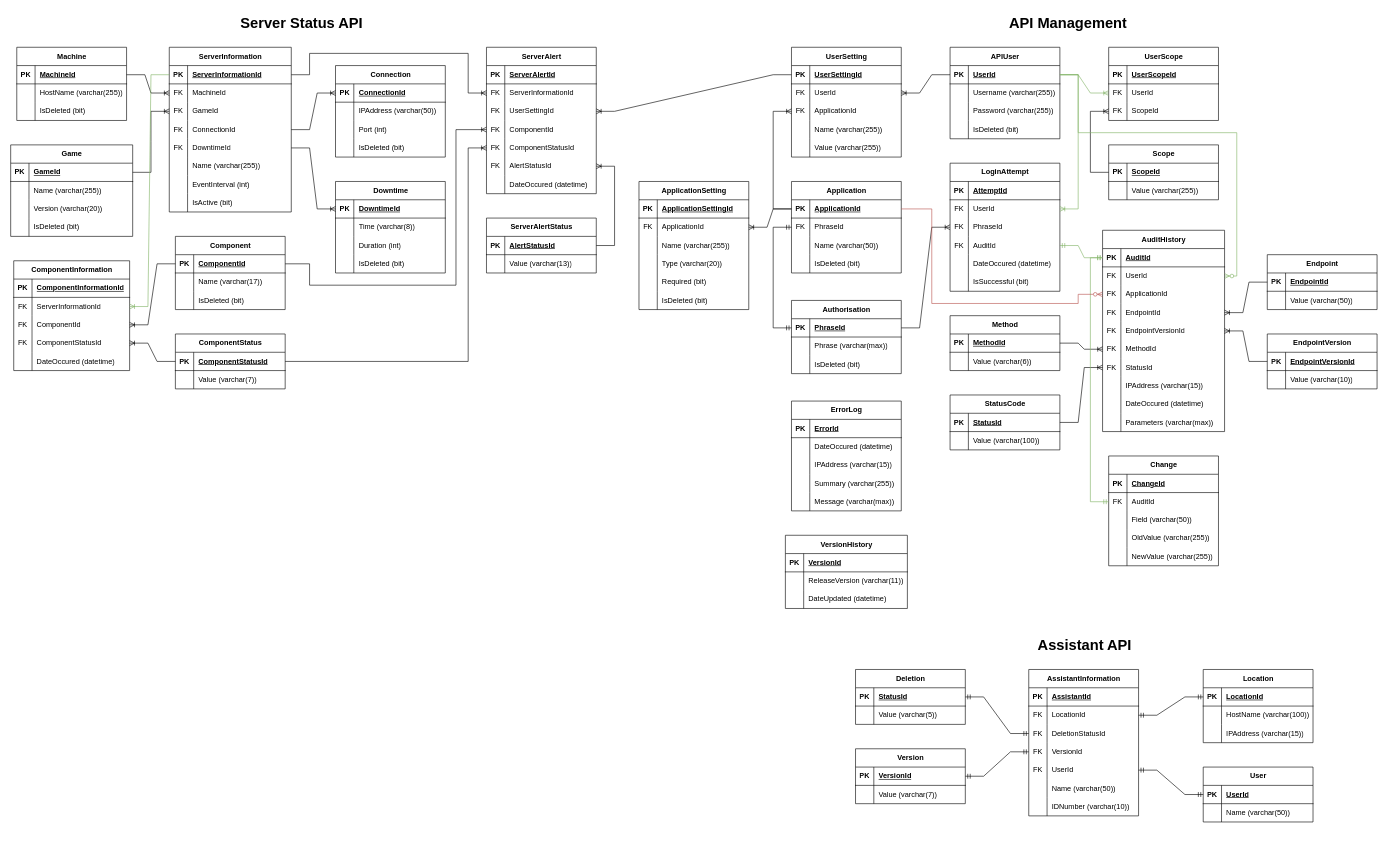
Before: Database ERD.drawio in LegendarySpork9/Hunter-Industries-API, a draw.io diagram. Source tidied: cells renumbered, new cells numbered last; positions are measured from the earlier drawing's top-left corner, leaving out a move shared by most shapes. Both pictures are drawn from the tidied source at 61%, with x=0, y=0 at pixel (10, 10).
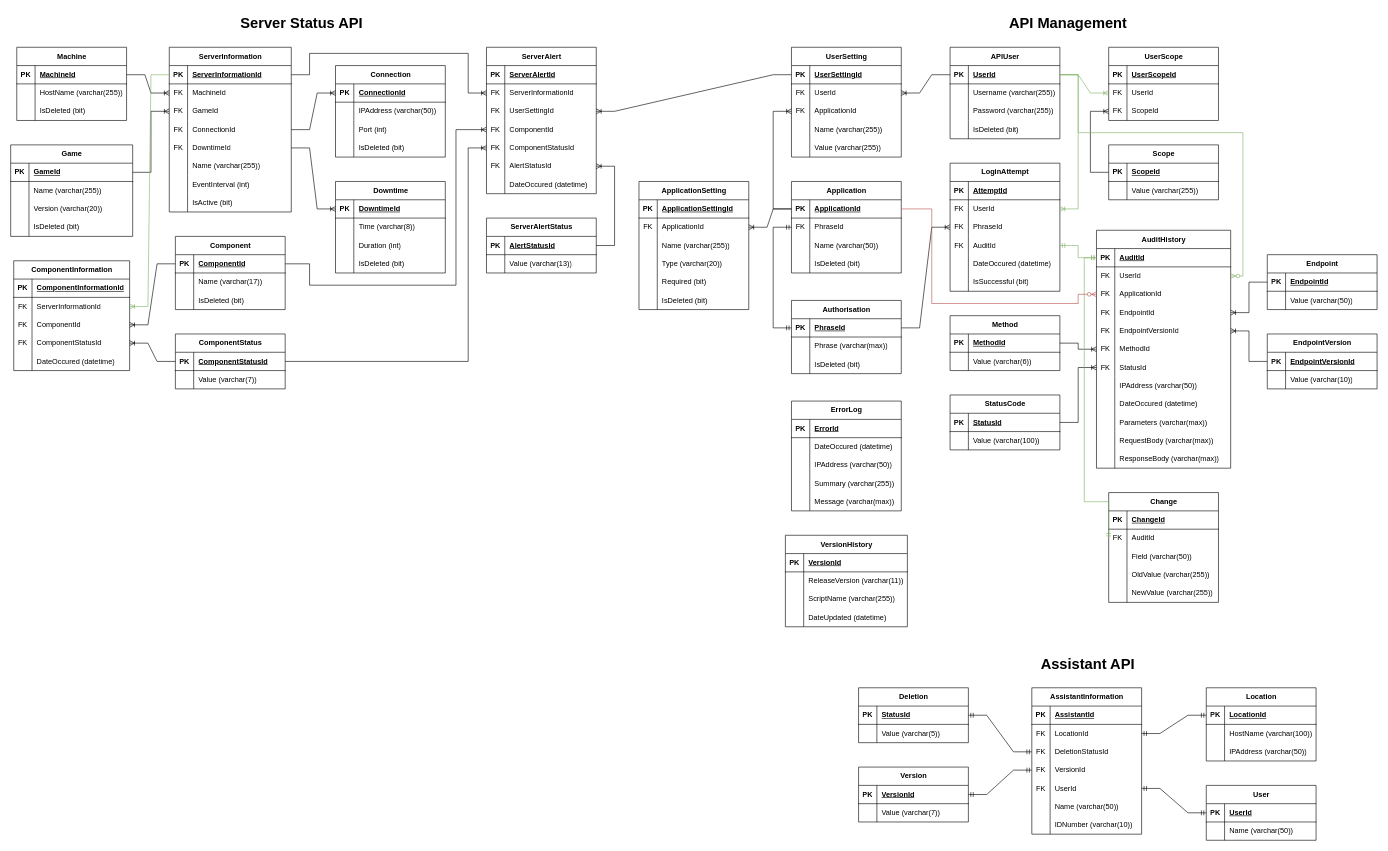
Above is the later version.

Unchanged cells that the change refers to:
```xml
<mxCell id="41" style="shape=tableRow;horizontal=0;startSize=0;swimlaneHead=0;swimlaneBody=0;fillColor=none;top=0;left=0;right=0;bottom=0;" parent="34" vertex="1">
  <mxGeometry y="90" width="180" height="30" as="geometry" />
</mxCell>
<mxCell id="115" style="shape=tableRow;horizontal=0;startSize=0;swimlaneHead=0;swimlaneBody=0;fillColor=none;points=[[0,0.5],[1,0.5]];portConstraint=eastwest;top=0;left=0;right=0;bottom=1;" parent="114" vertex="1">
  <mxGeometry y="30" width="180" height="30" as="geometry" />
</mxCell>
<mxCell id="131" style="shape=tableRow;horizontal=0;startSize=0;swimlaneHead=0;swimlaneBody=0;fillColor=none;points=[[0,0.5],[1,0.5]];portConstraint=eastwest;top=0;left=0;right=0;bottom=0;" parent="127" vertex="1">
  <mxGeometry y="60" width="180" height="30" as="geometry" />
</mxCell>
<mxCell id="170" style="shape=tableRow;horizontal=0;startSize=0;swimlaneHead=0;swimlaneBody=0;fillColor=none;top=0;left=0;right=0;bottom=0;" parent="163" vertex="1">
  <mxGeometry y="90" width="180" height="30" as="geometry" />
</mxCell>
```

Diff of the diagram source:
```diff
@@
     <mxCell id="12" value="AssistantInformation" style="shape=table;startSize=30;childLayout=tableLayout;rowLines=0;fontStyle=1;align=center;html=1;" parent="1" vertex="1">
-      <mxGeometry x="1669" y="1080" width="180" height="240" as="geometry" />
+      <mxGeometry x="1674" y="1110" width="180" height="240" as="geometry" />
     </mxCell>
@@
     <mxCell id="34" value="Location" style="shape=table;startSize=30;childLayout=tableLayout;rowLines=0;fontStyle=1;align=center;html=1;" parent="1" vertex="1">
-      <mxGeometry x="1955" y="1080" width="180" height="120" as="geometry" />
+      <mxGeometry x="1960" y="1110" width="180" height="120" as="geometry" />
     </mxCell>
@@
-    <mxCell id="43" value="IPAddress (varchar(15))" style="shape=partialRectangle;fillColor=none;top=0;left=0;bottom=0;right=0;align=left;spacingLeft=6;overflow=hidden;whiteSpace=wrap;html=1;" parent="41" vertex="1">
+    <mxCell id="43" value="IPAddress (varchar(50))" style="shape=partialRectangle;fillColor=none;top=0;left=0;bottom=0;right=0;align=left;spacingLeft=6;overflow=hidden;whiteSpace=wrap;html=1;" parent="41" vertex="1">
       <mxGeometry x="30" width="150" height="30" as="geometry" />
     </mxCell>
     <mxCell id="44" value="User" style="shape=table;startSize=30;childLayout=tableLayout;rowLines=0;fontStyle=1;align=center;html=1;" parent="1" vertex="1">
-      <mxGeometry x="1955" y="1240" width="180" height="90" as="geometry" />
+      <mxGeometry x="1960" y="1270" width="180" height="90" as="geometry" />
     </mxCell>
@@
     <mxCell id="51" value="Deletion" style="shape=table;startSize=30;childLayout=tableLayout;rowLines=0;fontStyle=1;align=center;html=1;" parent="1" vertex="1">
-      <mxGeometry x="1385" y="1080" width="180" height="90" as="geometry" />
+      <mxGeometry x="1390" y="1110" width="180" height="90" as="geometry" />
     </mxCell>
@@
     <mxCell id="61" value="Version" style="shape=table;startSize=30;childLayout=tableLayout;rowLines=0;fontStyle=1;align=center;html=1;" parent="1" vertex="1">
-      <mxGeometry x="1385" y="1210" width="180" height="90" as="geometry" />
+      <mxGeometry x="1390" y="1240" width="180" height="90" as="geometry" />
     </mxCell>
@@
     <mxCell id="69" value="AuditHistory" style="shape=table;startSize=30;childLayout=tableLayout;rowLines=0;fontStyle=1;align=center;html=1;" parent="1" vertex="1">
-      <mxGeometry x="1790" y="360" width="200" height="330" as="geometry" />
+      <mxGeometry x="1780" y="360" width="220" height="390" as="geometry" />
     </mxCell>
     <mxCell id="70" style="shape=tableRow;horizontal=0;startSize=0;swimlaneHead=0;swimlaneBody=0;fillColor=none;points=[[0,0.5],[1,0.5]];portConstraint=eastwest;top=0;left=0;right=0;bottom=1;" parent="69" vertex="1">
-      <mxGeometry y="30" width="200" height="30" as="geometry" />
+      <mxGeometry y="30" width="220" height="30" as="geometry" />
     </mxCell>
@@
     <mxCell id="72" value="AuditId" style="shape=partialRectangle;fillColor=none;top=0;left=0;bottom=0;right=0;align=left;spacingLeft=6;fontStyle=5;overflow=hidden;whiteSpace=wrap;html=1;" parent="70" vertex="1">
-      <mxGeometry x="30" width="170" height="30" as="geometry" />
+      <mxGeometry x="30" width="190" height="30" as="geometry" />
     </mxCell>
     <mxCell id="73" style="shape=tableRow;horizontal=0;startSize=0;swimlaneHead=0;swimlaneBody=0;fillColor=none;points=[[0,0.5],[1,0.5]];portConstraint=eastwest;top=0;left=0;right=0;bottom=0;" parent="69" vertex="1">
-      <mxGeometry y="60" width="200" height="30" as="geometry" />
+      <mxGeometry y="60" width="220" height="30" as="geometry" />
     </mxCell>
@@
     <mxCell id="75" value="UserId" style="shape=partialRectangle;fillColor=none;top=0;left=0;bottom=0;right=0;align=left;spacingLeft=6;overflow=hidden;whiteSpace=wrap;html=1;" parent="73" vertex="1">
-      <mxGeometry x="30" width="170" height="30" as="geometry" />
+      <mxGeometry x="30" width="190" height="30" as="geometry" />
     </mxCell>
     <mxCell id="76" style="shape=tableRow;horizontal=0;startSize=0;swimlaneHead=0;swimlaneBody=0;fillColor=none;points=[[0,0.5],[1,0.5]];portConstraint=eastwest;top=0;left=0;right=0;bottom=0;" parent="69" vertex="1">
-      <mxGeometry y="90" width="200" height="30" as="geometry" />
+      <mxGeometry y="90" width="220" height="30" as="geometry" />
     </mxCell>
@@
     <mxCell id="78" value="ApplicationId" style="shape=partialRectangle;fillColor=none;top=0;left=0;bottom=0;right=0;align=left;spacingLeft=6;overflow=hidden;whiteSpace=wrap;html=1;" parent="76" vertex="1">
-      <mxGeometry x="30" width="170" height="30" as="geometry" />
+      <mxGeometry x="30" width="190" height="30" as="geometry" />
     </mxCell>
     <mxCell id="79" style="shape=tableRow;horizontal=0;startSize=0;swimlaneHead=0;swimlaneBody=0;fillColor=none;points=[[0,0.5],[1,0.5]];portConstraint=eastwest;top=0;left=0;right=0;bottom=0;" parent="69" vertex="1">
-      <mxGeometry y="120" width="200" height="30" as="geometry" />
+      <mxGeometry y="120" width="220" height="30" as="geometry" />
     </mxCell>
@@
     <mxCell id="81" value="EndpointId" style="shape=partialRectangle;fillColor=none;top=0;left=0;bottom=0;right=0;align=left;spacingLeft=6;overflow=hidden;whiteSpace=wrap;html=1;" parent="79" vertex="1">
-      <mxGeometry x="30" width="170" height="30" as="geometry" />
+      <mxGeometry x="30" width="190" height="30" as="geometry" />
     </mxCell>
     <mxCell id="82" style="shape=tableRow;horizontal=0;startSize=0;swimlaneHead=0;swimlaneBody=0;fillColor=none;points=[[0,0.5],[1,0.5]];portConstraint=eastwest;top=0;left=0;right=0;bottom=0;" parent="69" vertex="1">
-      <mxGeometry y="150" width="200" height="30" as="geometry" />
+      <mxGeometry y="150" width="220" height="30" as="geometry" />
     </mxCell>
@@
     <mxCell id="84" value="EndpointVersionId" style="shape=partialRectangle;fillColor=none;top=0;left=0;bottom=0;right=0;align=left;spacingLeft=6;overflow=hidden;whiteSpace=wrap;html=1;" parent="82" vertex="1">
-      <mxGeometry x="30" width="170" height="30" as="geometry" />
+      <mxGeometry x="30" width="190" height="30" as="geometry" />
     </mxCell>
     <mxCell id="85" style="shape=tableRow;horizontal=0;startSize=0;swimlaneHead=0;swimlaneBody=0;fillColor=none;points=[[0,0.5],[1,0.5]];portConstraint=eastwest;top=0;left=0;right=0;bottom=0;" parent="69" vertex="1">
-      <mxGeometry y="180" width="200" height="30" as="geometry" />
+      <mxGeometry y="180" width="220" height="30" as="geometry" />
     </mxCell>
@@
     <mxCell id="87" value="MethodId" style="shape=partialRectangle;fillColor=none;top=0;left=0;bottom=0;right=0;align=left;spacingLeft=6;overflow=hidden;whiteSpace=wrap;html=1;" parent="85" vertex="1">
-      <mxGeometry x="30" width="170" height="30" as="geometry" />
+      <mxGeometry x="30" width="190" height="30" as="geometry" />
     </mxCell>
     <mxCell id="88" style="shape=tableRow;horizontal=0;startSize=0;swimlaneHead=0;swimlaneBody=0;fillColor=none;points=[[0,0.5],[1,0.5]];portConstraint=eastwest;top=0;left=0;right=0;bottom=0;" parent="69" vertex="1">
-      <mxGeometry y="210" width="200" height="30" as="geometry" />
+      <mxGeometry y="210" width="220" height="30" as="geometry" />
     </mxCell>
@@
     <mxCell id="90" value="StatusId" style="shape=partialRectangle;fillColor=none;top=0;left=0;bottom=0;right=0;align=left;spacingLeft=6;overflow=hidden;whiteSpace=wrap;html=1;" parent="88" vertex="1">
-      <mxGeometry x="30" width="170" height="30" as="geometry" />
+      <mxGeometry x="30" width="190" height="30" as="geometry" />
     </mxCell>
     <mxCell id="91" style="shape=tableRow;horizontal=0;startSize=0;swimlaneHead=0;swimlaneBody=0;fillColor=none;top=0;left=0;right=0;bottom=0;" parent="69" vertex="1">
-      <mxGeometry y="240" width="200" height="30" as="geometry" />
+      <mxGeometry y="240" width="220" height="30" as="geometry" />
     </mxCell>
@@
-    <mxCell id="93" value="IPAddress (varchar(15))" style="shape=partialRectangle;fillColor=none;top=0;left=0;bottom=0;right=0;align=left;spacingLeft=6;overflow=hidden;whiteSpace=wrap;html=1;" parent="91" vertex="1">
-      <mxGeometry x="30" width="170" height="30" as="geometry" />
+    <mxCell id="93" value="IPAddress (varchar(50))" style="shape=partialRectangle;fillColor=none;top=0;left=0;bottom=0;right=0;align=left;spacingLeft=6;overflow=hidden;whiteSpace=wrap;html=1;" parent="91" vertex="1">
+      <mxGeometry x="30" width="190" height="30" as="geometry" />
     </mxCell>
     <mxCell id="94" style="shape=tableRow;horizontal=0;startSize=0;swimlaneHead=0;swimlaneBody=0;fillColor=none;top=0;left=0;right=0;bottom=0;" parent="69" vertex="1">
-      <mxGeometry y="270" width="200" height="30" as="geometry" />
+      <mxGeometry y="270" width="220" height="30" as="geometry" />
     </mxCell>
@@
     <mxCell id="96" value="DateOccured (datetime)" style="shape=partialRectangle;fillColor=none;top=0;left=0;bottom=0;right=0;align=left;spacingLeft=6;overflow=hidden;whiteSpace=wrap;html=1;" parent="94" vertex="1">
-      <mxGeometry x="30" width="170" height="30" as="geometry" />
+      <mxGeometry x="30" width="190" height="30" as="geometry" />
     </mxCell>
     <mxCell id="97" style="shape=tableRow;horizontal=0;startSize=0;swimlaneHead=0;swimlaneBody=0;fillColor=none;top=0;left=0;right=0;bottom=0;" parent="69" vertex="1">
-      <mxGeometry y="300" width="200" height="30" as="geometry" />
+      <mxGeometry y="300" width="220" height="30" as="geometry" />
     </mxCell>
@@
     <mxCell id="99" value="Parameters (varchar(max))" style="shape=partialRectangle;fillColor=none;top=0;left=0;bottom=0;right=0;align=left;spacingLeft=6;overflow=hidden;whiteSpace=wrap;html=1;" parent="97" vertex="1">
-      <mxGeometry x="30" width="170" height="30" as="geometry" />
+      <mxGeometry x="30" width="190" height="30" as="geometry" />
     </mxCell>
+    <mxCell id="434" style="shape=tableRow;horizontal=0;startSize=0;swimlaneHead=0;swimlaneBody=0;fillColor=none;top=0;left=0;right=0;bottom=0;" parent="69" vertex="1">
+      <mxGeometry y="330" width="220" height="30" as="geometry" />
+    </mxCell>
+    <mxCell id="435" style="shape=partialRectangle;fillColor=none;top=0;left=0;bottom=0;right=0;overflow=hidden;whiteSpace=wrap;html=1;" parent="434" vertex="1">
+      <mxGeometry width="30" height="30" as="geometry" />
+    </mxCell>
+    <mxCell id="436" value="RequestBody (varchar(max))" style="shape=partialRectangle;fillColor=none;top=0;left=0;bottom=0;right=0;align=left;spacingLeft=6;overflow=hidden;whiteSpace=wrap;html=1;" parent="434" vertex="1">
+      <mxGeometry x="30" width="190" height="30" as="geometry" />
+    </mxCell>
+    <mxCell id="437" style="shape=tableRow;horizontal=0;startSize=0;swimlaneHead=0;swimlaneBody=0;fillColor=none;top=0;left=0;right=0;bottom=0;" parent="69" vertex="1">
+      <mxGeometry y="360" width="220" height="30" as="geometry" />
+    </mxCell>
+    <mxCell id="438" style="shape=partialRectangle;fillColor=none;top=0;left=0;bottom=0;right=0;overflow=hidden;whiteSpace=wrap;html=1;" parent="437" vertex="1">
+      <mxGeometry width="30" height="30" as="geometry" />
+    </mxCell>
+    <mxCell id="439" value="ResponseBody (varchar(max))" style="shape=partialRectangle;fillColor=none;top=0;left=0;bottom=0;right=0;align=left;spacingLeft=6;overflow=hidden;whiteSpace=wrap;html=1;" parent="437" vertex="1">
+      <mxGeometry x="30" width="190" height="30" as="geometry" />
+    </mxCell>
@@
     <mxCell id="127" value="Change" style="shape=table;startSize=30;childLayout=tableLayout;rowLines=0;fontStyle=1;align=center;html=1;" parent="1" vertex="1">
-      <mxGeometry x="1800" y="730" width="180" height="180" as="geometry" />
+      <mxGeometry x="1800" y="790" width="180" height="180" as="geometry" />
     </mxCell>
@@
-    <mxCell id="172" value="IPAddress (varchar(15))" style="shape=partialRectangle;fillColor=none;top=0;left=0;bottom=0;right=0;align=left;spacingLeft=6;overflow=hidden;whiteSpace=wrap;html=1;" parent="170" vertex="1">
+    <mxCell id="172" value="IPAddress (varchar(50))" style="shape=partialRectangle;fillColor=none;top=0;left=0;bottom=0;right=0;align=left;spacingLeft=6;overflow=hidden;whiteSpace=wrap;html=1;" parent="170" vertex="1">
       <mxGeometry x="30" width="150" height="30" as="geometry" />
     </mxCell>
@@
     <mxCell id="221" value="&lt;h1 style=&quot;margin-top: 0px;&quot;&gt;Assistant API&lt;/h1&gt;" style="text;html=1;whiteSpace=wrap;overflow=hidden;rounded=0;" parent="1" vertex="1">
-      <mxGeometry x="1682" y="1020" width="156" height="40" as="geometry" />
+      <mxGeometry x="1687" y="1050" width="156" height="40" as="geometry" />
     </mxCell>
@@
     <mxCell id="238" style="edgeStyle=orthogonalEdgeStyle;fontSize=12;html=1;endArrow=ERmandOne;startArrow=ERmandOne;rounded=0;entryX=0;entryY=0.5;entryDx=0;entryDy=0;exitX=0;exitY=0.5;exitDx=0;exitDy=0;fillColor=#d5e8d4;strokeColor=#82b366;" parent="1" edge="1" source="131" target="70">
       <mxGeometry relative="1" as="geometry">
         <Array as="points">
-          <mxPoint x="1770" y="805" />
-          <mxPoint x="1770" y="405" />
+          <mxPoint x="1800" y="805" />
+          <mxPoint x="1760" y="805" />
+          <mxPoint x="1760" y="405" />
         </Array>
       </mxGeometry>
     </mxCell>
@@
     <mxCell id="394" value="VersionHistory" style="shape=table;startSize=30;childLayout=tableLayout;rowLines=0;fontStyle=1;align=center;html=1;" parent="1" vertex="1">
-      <mxGeometry x="1270" y="860" width="200" height="120" as="geometry" />
+      <mxGeometry x="1270" y="860" width="200" height="150" as="geometry" />
     </mxCell>
@@
+    <mxCell id="440" style="shape=tableRow;horizontal=0;startSize=0;swimlaneHead=0;swimlaneBody=0;fillColor=none;top=0;left=0;right=0;bottom=0;" parent="394" vertex="1">
+      <mxGeometry y="90" width="200" height="30" as="geometry" />
+    </mxCell>
+    <mxCell id="441" style="shape=partialRectangle;fillColor=none;top=0;left=0;bottom=0;right=0;overflow=hidden;whiteSpace=wrap;html=1;" parent="440" vertex="1">
+      <mxGeometry width="30" height="30" as="geometry" />
+    </mxCell>
+    <mxCell id="442" value="ScriptName (varchar(255))" style="shape=partialRectangle;fillColor=none;top=0;left=0;bottom=0;right=0;align=left;spacingLeft=6;overflow=hidden;whiteSpace=wrap;html=1;" parent="440" vertex="1">
+      <mxGeometry x="30" width="170" height="30" as="geometry" />
+    </mxCell>
     <mxCell id="401" style="shape=tableRow;horizontal=0;startSize=0;swimlaneHead=0;swimlaneBody=0;fillColor=none;top=0;left=0;right=0;bottom=0;" parent="394" vertex="1">
-      <mxGeometry y="90" width="200" height="30" as="geometry" />
+      <mxGeometry y="120" width="200" height="30" as="geometry" />
     </mxCell>
@@
     <mxCell id="412" style="edgeStyle=orthogonalEdgeStyle;fontSize=12;html=1;endArrow=ERzeroToMany;endFill=1;rounded=0;exitX=1;exitY=0.5;exitDx=0;exitDy=0;entryX=1;entryY=0.5;entryDx=0;entryDy=0;fillColor=#d5e8d4;strokeColor=#82b366;" parent="1" edge="1" source="115" target="73">
       <mxGeometry relative="1" as="geometry">
         <Array as="points">
           <mxPoint x="1750" y="105" />
           <mxPoint x="1750" y="200" />
-          <mxPoint x="2010" y="200" />
-          <mxPoint x="2010" y="435" />
+          <mxPoint x="2020" y="200" />
+          <mxPoint x="2020" y="435" />
         </Array>
       </mxGeometry>
     </mxCell>
```
